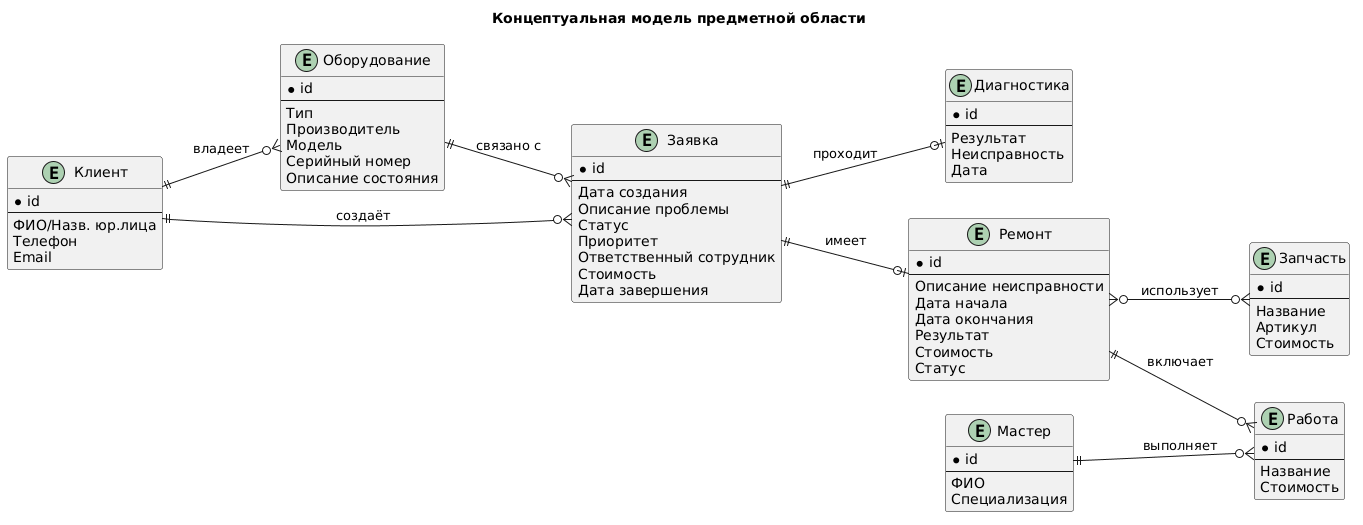
semechko-s/Db_study keeps this PlantUML diagram as images/concept.png. Above is the earlier version. Its diagram source:
```plantuml
@startuml
title Концептуальная модель предметной области
left to right direction

entity "Клиент" as Client {
    * id
    --
    ФИО/Назв. юр.лица
    Телефон
    Email
}

entity "Оборудование" as Equipment {
    * id
    --
    Тип
    Производитель
    Модель
    Серийный номер
    Описание состояния
}

entity "Заявка" as Request {
    * id
    --
    Дата создания
    Описание проблемы
    Статус
    Приоритет
    Ответственный сотрудник
    Стоимость
    Дата завершения
}

entity "Диагностика" as Diagnosis {
    * id
    --
    Результат
    Неисправность
    Дата
}

entity "Ремонт" as Repair {
    * id
    --
    Описание неисправности
    Дата начала
    Дата окончания
    Результат
    Стоимость
    Статус
}

entity "Мастер" as Master {
    * id
    --
    ФИО
    Специализация
}

entity "Работа" as Work {
    * id
    --
    Название
    Стоимость
}

entity "Запчасть" as Part {
    * id
    --
    Название
    Артикул
    Стоимость
}

Client ||--o{ Equipment : владеет
Client ||--o{ Request : создаёт

Equipment ||--o{ Request : связано с

Request ||--o| Diagnosis : проходит
Request ||--o| Repair : имеет

Repair ||--o{ Work : включает
Master ||--o{ Work : выполняет

Repair }o--o{ Part : использует
@enduml
```
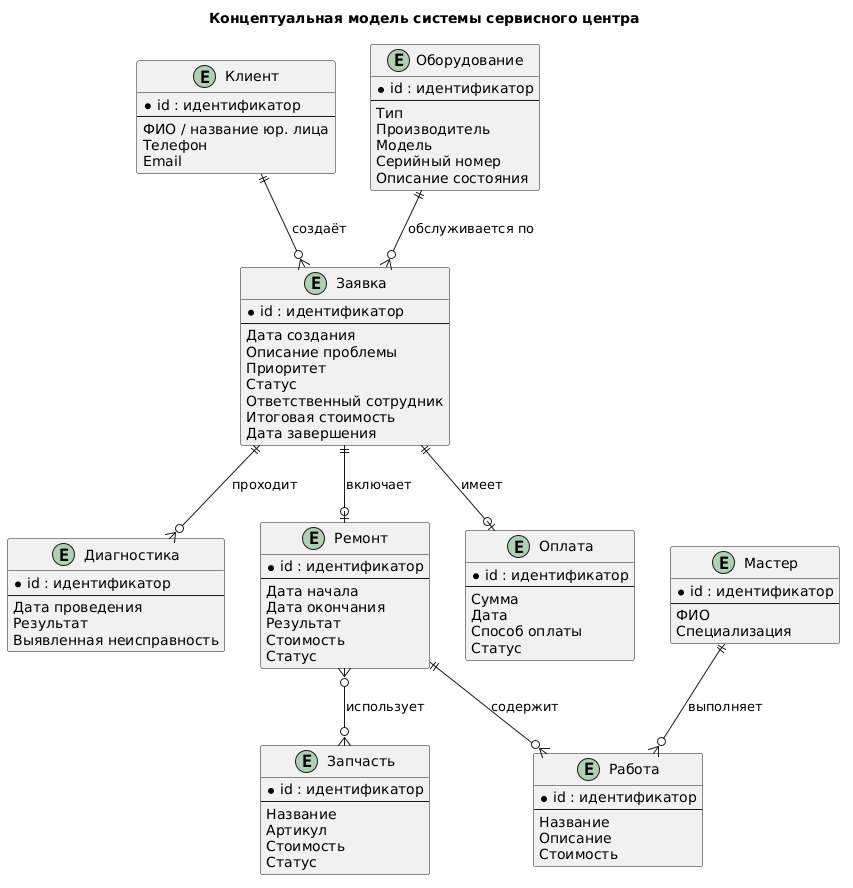
Above is the later version.

Commit message:
Исправил концептуальную схему

What changed in the source:
```diff
@@ -1,17 +1,16 @@
 @startuml
-title Концептуальная модель предметной области
-left to right direction
+title Концептуальная модель системы сервисного центра
 
 entity "Клиент" as Client {
-    * id
+    * id : идентификатор
     --
-    ФИО/Назв. юр.лица
+    ФИО / название юр. лица
     Телефон
     Email
 }
 
 entity "Оборудование" as Equipment {
-    * id
+    * id : идентификатор
     --
     Тип
     Производитель
@@ -21,29 +20,28 @@
 }
 
 entity "Заявка" as Request {
-    * id
+    * id : идентификатор
     --
     Дата создания
     Описание проблемы
+    Приоритет
     Статус
-    Приоритет
     Ответственный сотрудник
-    Стоимость
+    Итоговая стоимость
     Дата завершения
 }
 
 entity "Диагностика" as Diagnosis {
-    * id
+    * id : идентификатор
     --
+    Дата проведения
     Результат
-    Неисправность
-    Дата
+    Выявленная неисправность
 }
 
 entity "Ремонт" as Repair {
-    * id
+    * id : идентификатор
     --
-    Описание неисправности
     Дата начала
     Дата окончания
     Результат
@@ -51,38 +49,49 @@
     Статус
 }
 
+entity "Работа" as Work {
+    * id : идентификатор
+    --
+    Название
+    Описание
+    Стоимость
+}
+
 entity "Мастер" as Master {
-    * id
+    * id : идентификатор
     --
     ФИО
     Специализация
 }
 
-entity "Работа" as Work {
-    * id
-    --
-    Название
-    Стоимость
-}
-
 entity "Запчасть" as Part {
-    * id
+    * id : идентификатор
     --
     Название
     Артикул
     Стоимость
+    Статус
 }
 
-Client ||--o{ Equipment : владеет
-Client ||--o{ Request : создаёт
+entity "Оплата" as Payment {
+    * id : идентификатор
+    --
+    Сумма
+    Дата
+    Способ оплаты
+    Статус
+}
 
-Equipment ||--o{ Request : связано с
+Client ||--o{ Request : "создаёт"
+Equipment ||--o{ Request : "обслуживается по"
 
-Request ||--o| Diagnosis : проходит
-Request ||--o| Repair : имеет
+Request ||--o{ Diagnosis : "проходит"
+Request ||--o| Repair : "включает"
 
-Repair ||--o{ Work : включает
-Master ||--o{ Work : выполняет
+Repair ||--o{ Work : "содержит"
+Master ||--o{ Work : "выполняет"
 
-Repair }o--o{ Part : использует
+Repair }o--o{ Part : "использует"
+
+Request ||--o| Payment : "имеет"
 @enduml
```
